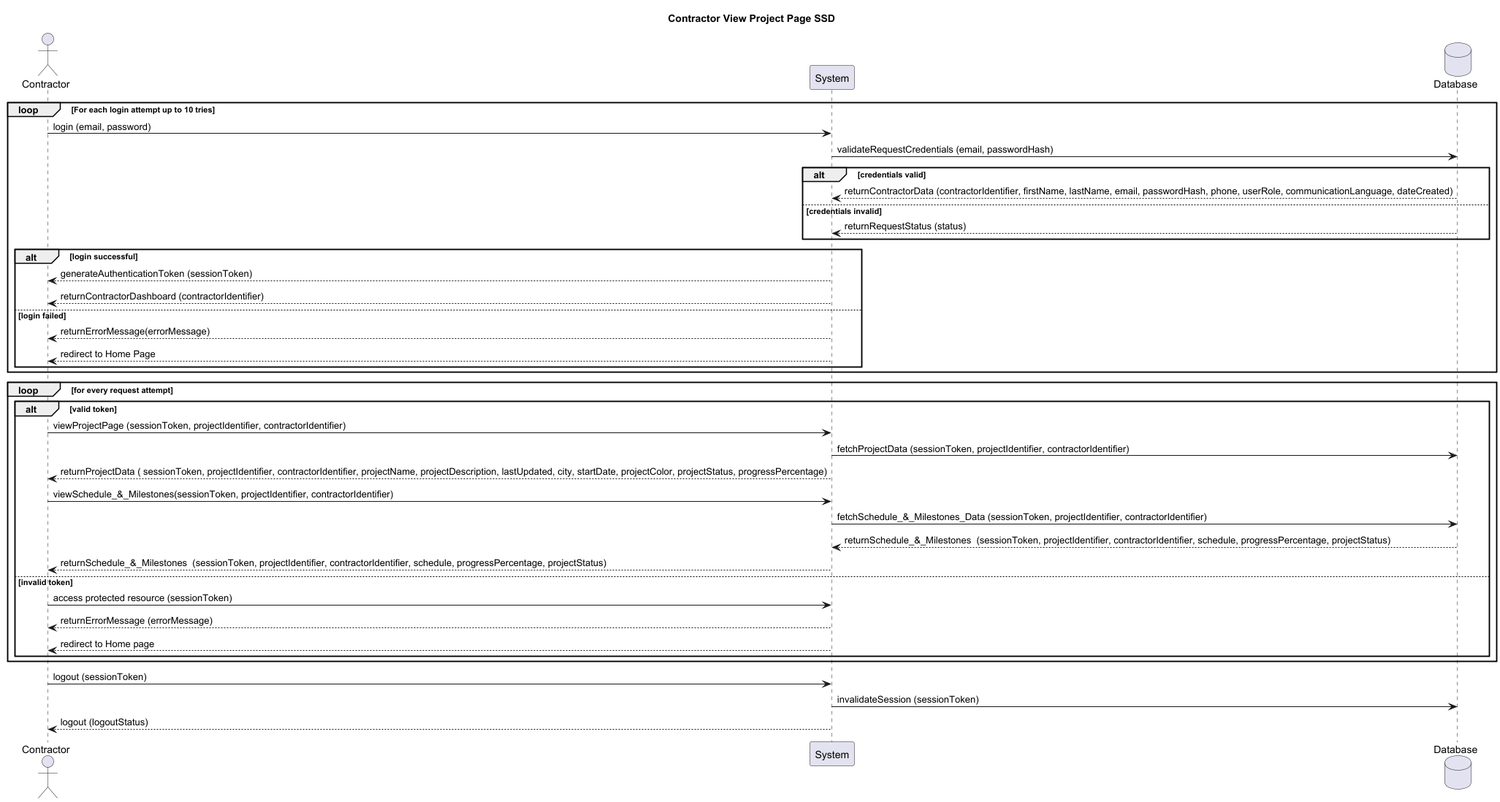
The PlantUML diagram Diagrams/Diagrams/SSD_diagrams/Contractor_View_Project_Page_SSD.png in LCDCI/Les-Constructions-Dominic-Cyr, before a commit.
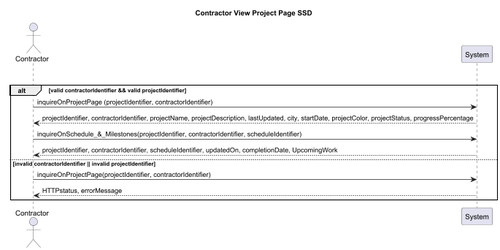
The same file after the commit.

Commit message:
added up to date diagrams for ssd view project

Diff of the diagram source:
```diff
@@ -3,42 +3,16 @@
 
 actor Contractor
 
-loop For each login attempt up to 10 tries
-    Contractor -> System: login (email, password)
-    database Database
-    System -> Database:  validateRequestCredentials (email, passwordHash)
-    alt credentials valid
-        Database --> System: returnContractorData (contractorIdentifier, firstName, lastName, email, passwordHash, phone, userRole, communicationLanguage, dateCreated)
-    else credentials invalid
-    Database --> System: returnRequestStatus (status)
-    end
+loop for every request attempt
+ alt valid contractorIdentifier && valid projectIdentifier
+ Contractor -> System: inquireOnProjectPage (projectIdentifier, contractorIdentifier)
+    System --> Contractor:  projectIdentifier, contractorIdentifier, projectName, projectDescription, lastUpdated, city, startDate, projectColor, projectStatus, progressPercentage
+    Contractor -> System: inquireOnSchedule_&_Milestones(projectIdentifier, contractorIdentifier, scheduleIdentifier)
+    System --> Contractor: projectIdentifier, contractorIdentifier, scheduleIdentifier, updatedOn, completionDate, UpcomingWork
+ else invalid contractorIdentifier || invalid projectIdentifier
+     Contractor -> System: inquireOnProjectPage(projectIdentifier, contractorIdentifier)
+     System --> Contractor: HTTPstatus, errorMessage
+ end
 
-    alt login successful
-        System --> Contractor: generateAuthenticationToken (sessionToken)
-        System --> Contractor: returnContractorDashboard (contractorIdentifier)
-    else login failed
-        System --> Contractor: returnErrorMessage(errorMessage)
-        System --> Contractor: redirect to Home Page
-    end
-end
-loop for every request attempt
- alt valid token
- Contractor -> System: viewProjectPage (sessionToken, projectIdentifier, contractorIdentifier)
-    System -> Database: fetchProjectData (sessionToken, projectIdentifier, contractorIdentifier)
-    System --> Contractor: returnProjectData ( sessionToken, projectIdentifier, contractorIdentifier, projectName, projectDescription, lastUpdated, city, startDate, projectColor, projectStatus, progressPercentage)
-    Contractor -> System: viewSchedule_&_Milestones(sessionToken, projectIdentifier, contractorIdentifier)
-    System -> Database: fetchSchedule_&_Milestones_Data (sessionToken, projectIdentifier, contractorIdentifier)
-    Database --> System: returnSchedule_&_Milestones  (sessionToken, projectIdentifier, contractorIdentifier, schedule, progressPercentage, projectStatus)
-    System --> Contractor: returnSchedule_&_Milestones  (sessionToken, projectIdentifier, contractorIdentifier, schedule, progressPercentage, projectStatus)
- else invalid token
-     Contractor -> System: access protected resource (sessionToken)
-     System --> Contractor: returnErrorMessage (errorMessage)
-     System --> Contractor: redirect to Home page
- end
-end
-
-Contractor -> System: logout (sessionToken)
-System -> Database: invalidateSession (sessionToken)
-System --> Contractor: logout (logoutStatus)
 
 @enduml
```
